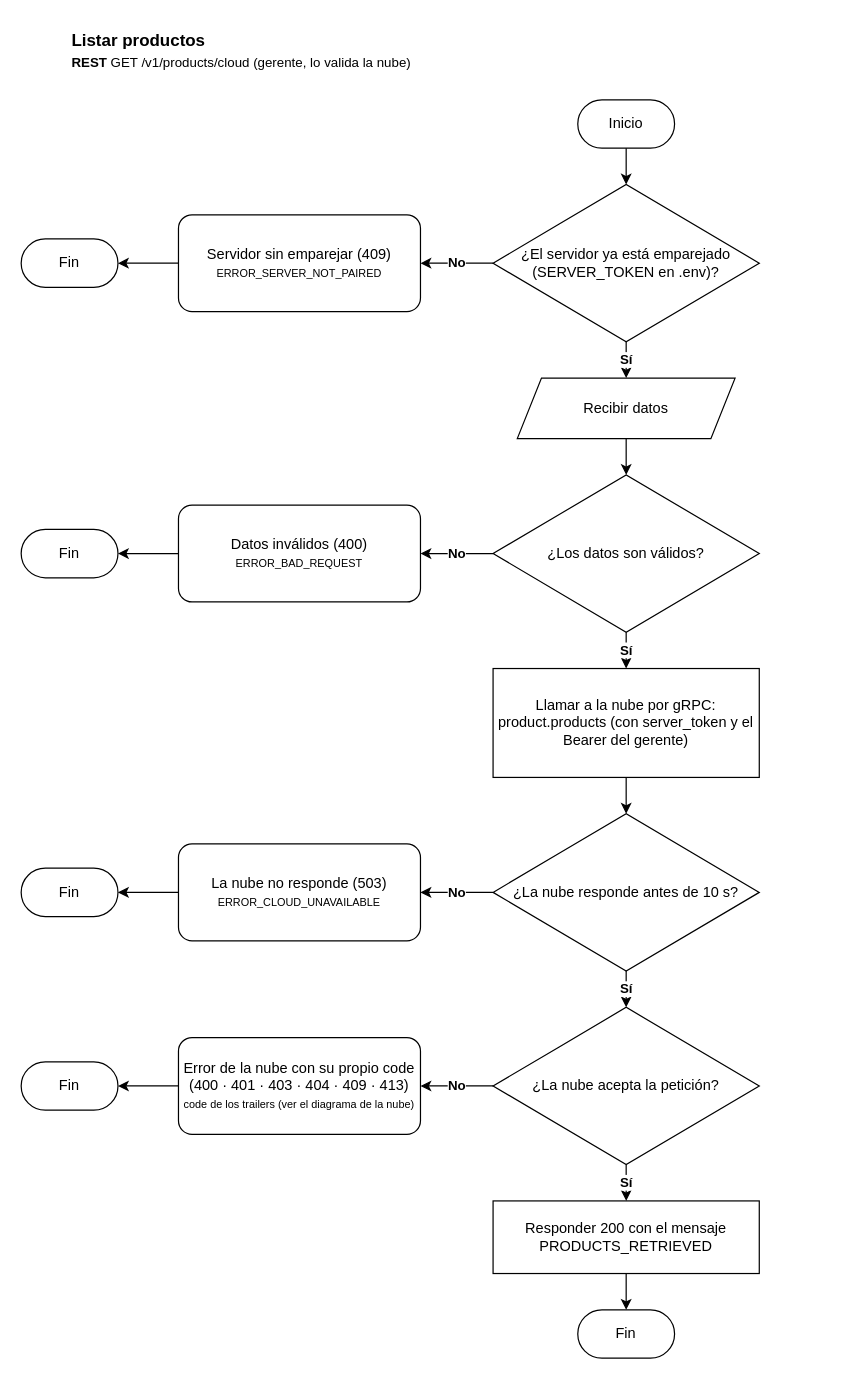
Before: documents/diagrams/workflows/product/cloud/products.drawio in Andry510/miyabi-restaurant-server, a draw.io diagram. Source tidied: cells renumbered, new cells numbered last; positions are measured from the earlier drawing's top-left corner, leaving out a move shared by most shapes. Both pictures are drawn from the tidied source at 121%, with x=0, y=0 at pixel (21, 21).
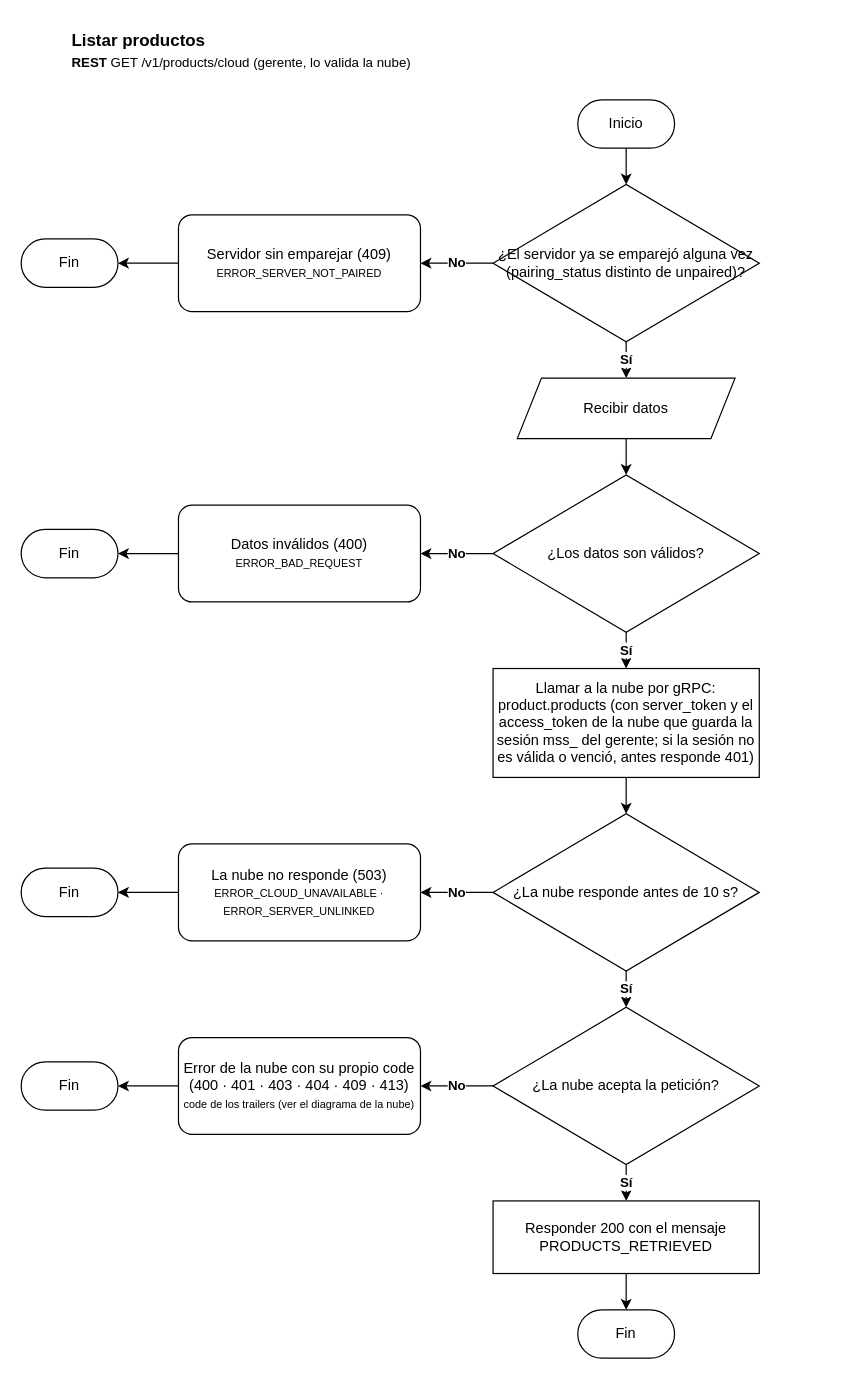
The same diagram, later.

The edit, as a diff of the source:
```diff
@@
-    <mxCell id="4" value="¿El servidor ya está emparejado (SERVER_TOKEN en .env)?" style="rhombus;whiteSpace=wrap;html=1;rounded=1;arcSize=0;" parent="1" vertex="1">
+    <mxCell id="4" value="¿El servidor ya se emparejó alguna vez (pairing_status distinto de unpaired)?" style="rhombus;whiteSpace=wrap;html=1;rounded=1;arcSize=0;" parent="1" vertex="1">
       <mxGeometry x="390" y="135" width="220" height="130" as="geometry" />
     </mxCell>
@@
-    <mxCell id="18" value="Llamar a la nube por gRPC: product.products (con server_token y el Bearer del gerente)" style="rounded=0;whiteSpace=wrap;html=1;" parent="1" vertex="1">
+    <mxCell id="18" value="Llamar a la nube por gRPC: product.products (con server_token y el access_token de la nube que guarda la sesión mss_ del gerente; si la sesión no es válida o venció, antes responde 401)" style="rounded=0;whiteSpace=wrap;html=1;" parent="1" vertex="1">
       <mxGeometry x="390" y="535" width="220" height="90" as="geometry" />
     </mxCell>
@@
-    <mxCell id="22" value="La nube no responde (503)&lt;br&gt;&lt;font style=&quot;font-size: 9px;&quot;&gt;ERROR_CLOUD_UNAVAILABLE&lt;/font&gt;" style="rounded=1;whiteSpace=wrap;html=1;arcSize=14;" parent="1" vertex="1">
+    <mxCell id="22" value="La nube no responde (503)&lt;br&gt;&lt;font style=&quot;font-size: 9px;&quot;&gt;ERROR_CLOUD_UNAVAILABLE · ERROR_SERVER_UNLINKED&lt;/font&gt;" style="rounded=1;whiteSpace=wrap;html=1;arcSize=14;" parent="1" vertex="1">
       <mxGeometry x="130" y="680" width="200" height="80" as="geometry" />
     </mxCell>
```
